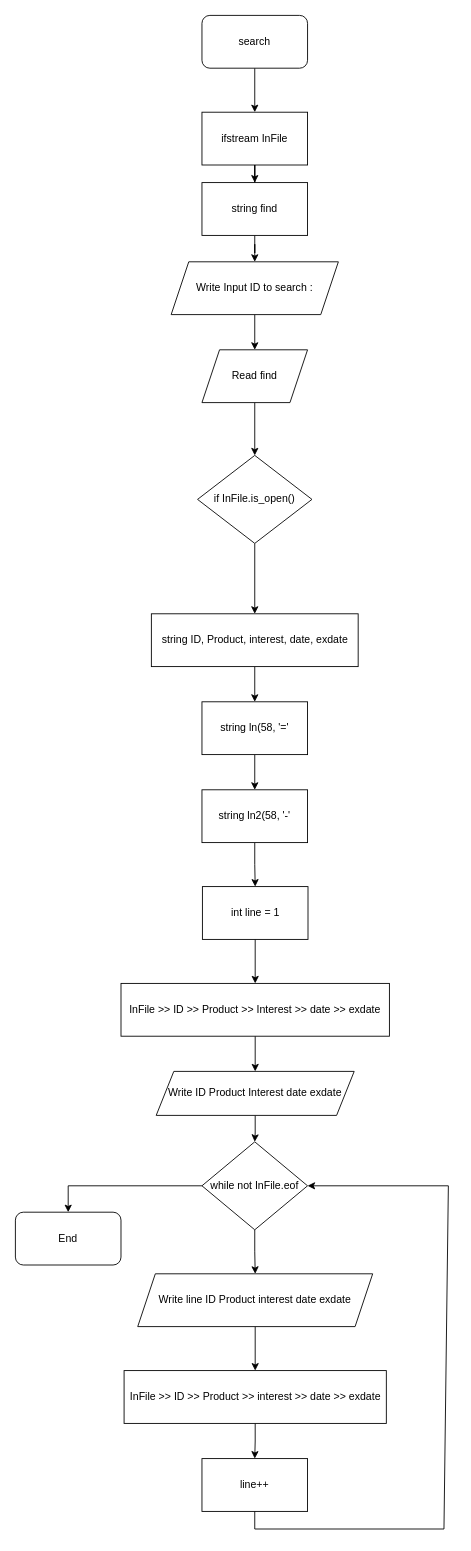
Above: page "search" (5 of 7) of PawnShop_Flowchart.drawio in Jobzakung/Project_C- (draw.io), before the change. Source tidied: cells renumbered, new cells numbered last; positions are measured from the earlier drawing's top-left corner, leaving out a move shared by most shapes. Both pictures are drawn from the tidied source at 88%, with x=0, y=0 at pixel (15, 15).
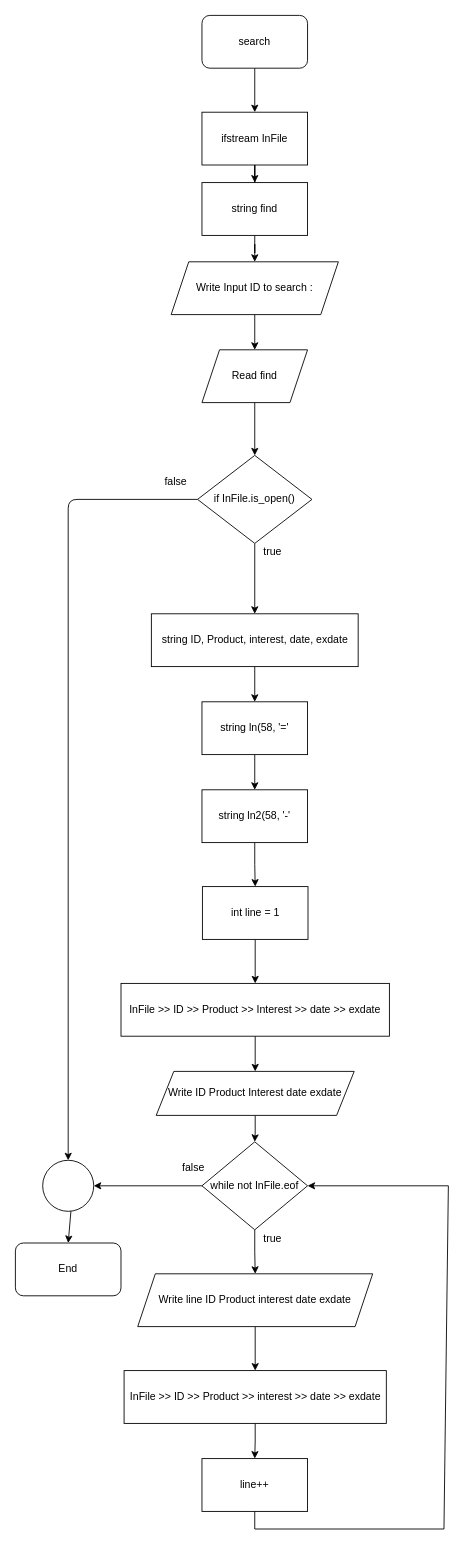
The same diagram, later.

Commit message (it also covers changes not shown here):
add true/false

Unchanged cells that the change refers to:
```xml
<mxCell id="13" value="if InFile.is_open()" style="rhombus;whiteSpace=wrap;html=1;" parent="1" vertex="1">
  <mxGeometry x="207" y="500" width="130" height="100" as="geometry" />
</mxCell>
<mxCell id="28" value="while not InFile.eof" style="rhombus;whiteSpace=wrap;html=1;" parent="1" vertex="1">
  <mxGeometry x="212" y="1280" width="120" height="100" as="geometry" />
</mxCell>
```

Diff of the diagram source:
```diff
@@
+    <mxCell id="36" style="edgeStyle=none;html=1;entryX=0.5;entryY=0;entryDx=0;entryDy=0;" parent="1" edge="1" source="13" target="39">
+      <mxGeometry relative="1" as="geometry">
+        <Array as="points">
+          <mxPoint x="60" y="550" />
+        </Array>
+      </mxGeometry>
+    </mxCell>
@@
-    <mxCell id="27" style="edgeStyle=orthogonalEdgeStyle;rounded=0;jettySize=auto;html=1;entryX=0.5;entryY=0;entryDx=0;entryDy=0;" parent="1" edge="1" source="28" target="33">
-      <mxGeometry relative="1" as="geometry" />
-    </mxCell>
+    <mxCell id="37" style="edgeStyle=none;html=1;entryX=1;entryY=0.5;entryDx=0;entryDy=0;" parent="1" edge="1" source="28" target="39">
+      <mxGeometry relative="1" as="geometry" />
+    </mxCell>
@@
     <mxCell id="33" value="End" style="rounded=1;whiteSpace=wrap;html=1;" parent="1" vertex="1">
-      <mxGeometry y="1360" width="120" height="60" as="geometry" />
+      <mxGeometry y="1395" width="120" height="60" as="geometry" />
     </mxCell>
@@
+    <mxCell id="38" style="edgeStyle=none;html=1;" parent="1" edge="1" source="39" target="33">
+      <mxGeometry relative="1" as="geometry" />
+    </mxCell>
+    <mxCell id="39" style="ellipse;whiteSpace=wrap;html=1;" parent="1" vertex="1">
+      <mxGeometry x="31" y="1301" width="58" height="58" as="geometry" />
+    </mxCell>
+    <mxCell id="40" value="false" style="text;html=1;align=center;verticalAlign=middle;strokeColor=none;fillColor=none;" parent="1" vertex="1">
+      <mxGeometry x="162" y="520" width="40" height="20" as="geometry" />
+    </mxCell>
+    <mxCell id="41" value="true" style="text;html=1;align=center;verticalAlign=middle;strokeColor=none;fillColor=none;" parent="1" vertex="1">
+      <mxGeometry x="272" y="600" width="40" height="20" as="geometry" />
+    </mxCell>
+    <mxCell id="42" value="true" style="text;html=1;align=center;verticalAlign=middle;strokeColor=none;fillColor=none;" parent="1" vertex="1">
+      <mxGeometry x="272" y="1380" width="40" height="20" as="geometry" />
+    </mxCell>
+    <mxCell id="43" value="false" style="text;html=1;align=center;verticalAlign=middle;strokeColor=none;fillColor=none;" parent="1" vertex="1">
+      <mxGeometry x="182" y="1300" width="40" height="20" as="geometry" />
+    </mxCell>
```
